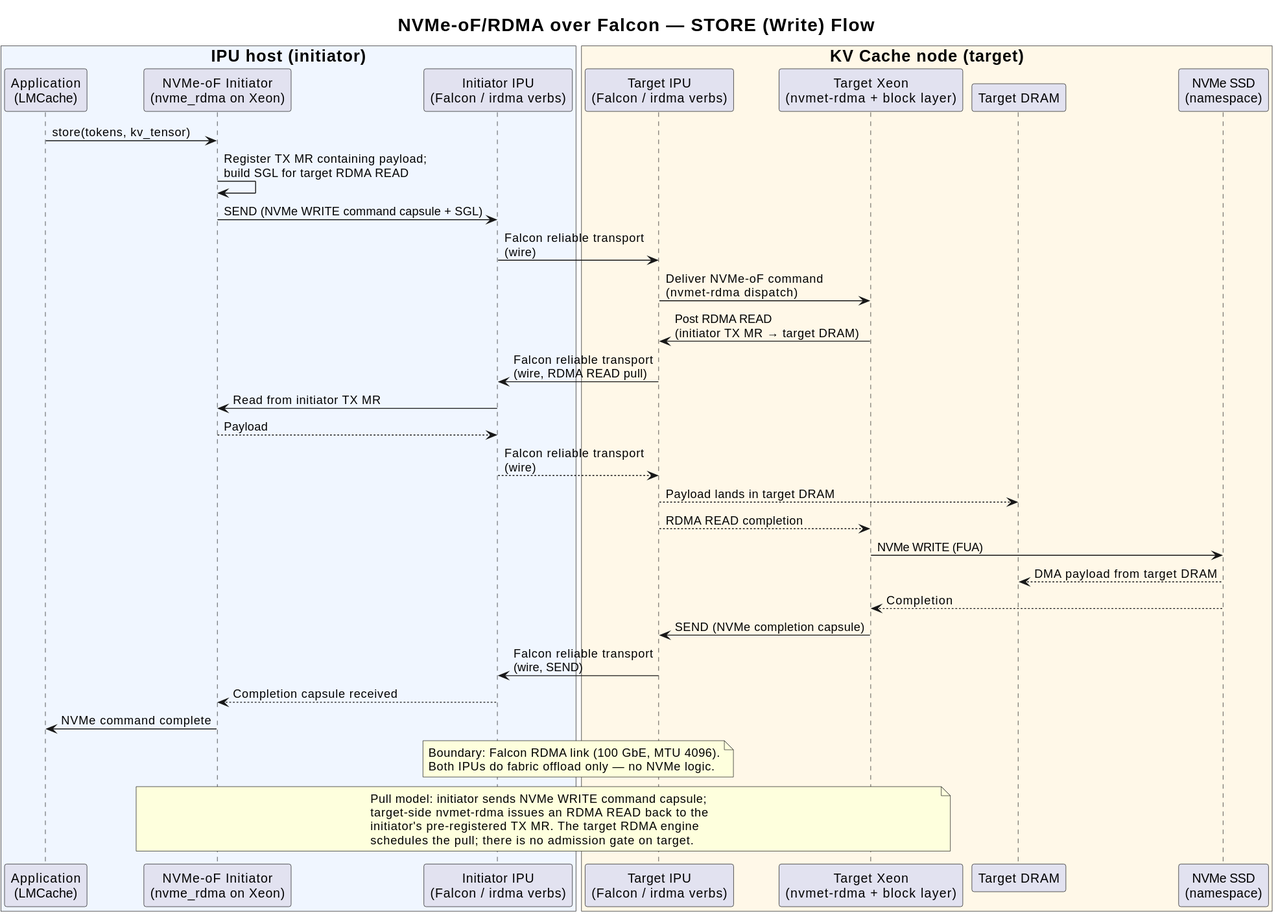
Before: docs/design/v1/platform/ipu-poc/diagrams/architecture-a-nvmeof-falcon-store-flow.svg, a diagram exported from PlantUML (tsg-/LMCache).
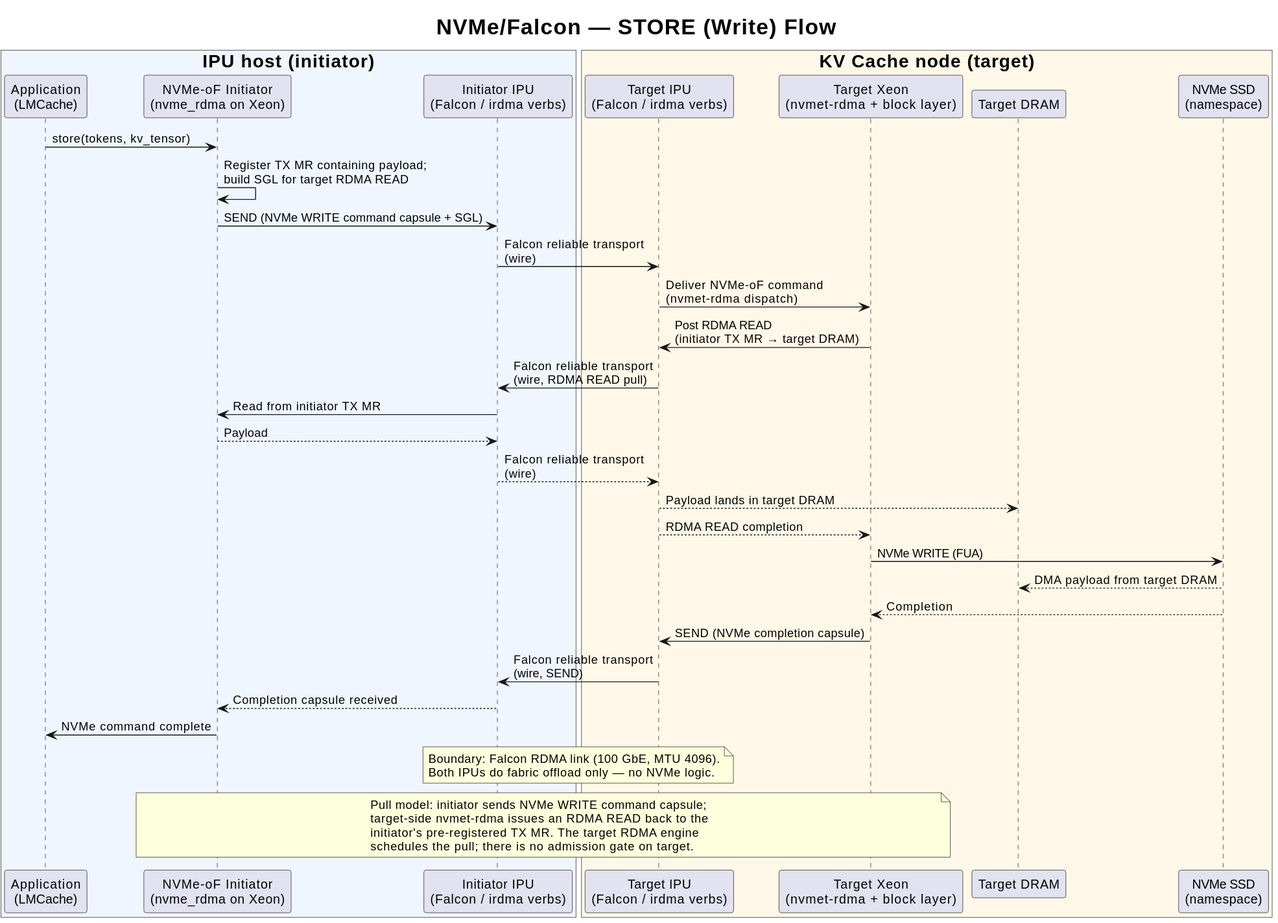
After the commit.

Commit message:
docs(alt): retitle Falcon flow diagrams and rebalance fonts

Diff of the diagram source:
```diff
@@ -1,14 +1,14 @@
 @startuml
-skinparam TitleFontSize 20
-title NVMe-oF/RDMA over Falcon — STORE (Write) Flow
+skinparam TitleFontSize 24
+title NVMe/Falcon — STORE (Write) Flow
 
-box "<size:18><b>IPU host (initiator)</b></size>" #F0F6FF
+box "<size:20><b>IPU host (initiator)</b></size>" #F0F6FF
 participant "Application\n(LMCache)" as APP
 participant "NVMe-oF Initiator\n(nvme_rdma on Xeon)" as INIT
 participant "Initiator IPU\n(Falcon / irdma verbs)" as IFAL
 end box
 
-box "<size:18><b>KV Cache node (target)</b></size>" #FFF8E8
+box "<size:20><b>KV Cache node (target)</b></size>" #FFF8E8
 participant "Target IPU\n(Falcon / irdma verbs)" as TFAL
 participant "Target Xeon\n(nvmet-rdma + block layer)" as CPU
 participant "Target DRAM" as TDDR
```
